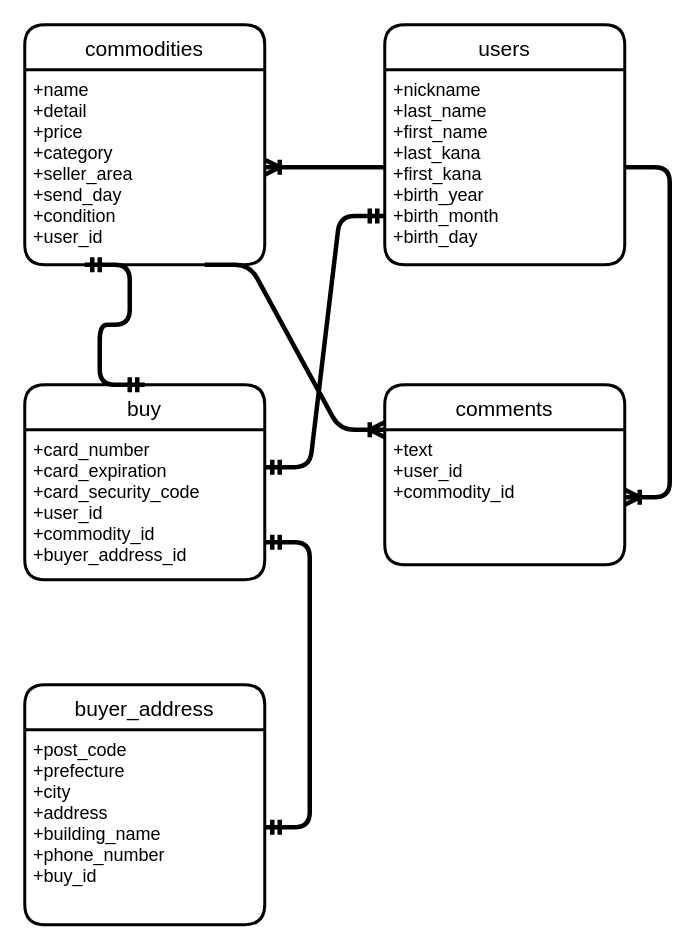
Earlier version of the draw.io diagram er_furima.dio (akitomato/furima-38266). Source tidied: cells renumbered, new cells numbered last; positions are measured from the earlier drawing's top-left corner, leaving out a move shared by most shapes. Both pictures are drawn from the tidied source at 150%, with x=0, y=0 at pixel (24, 24).
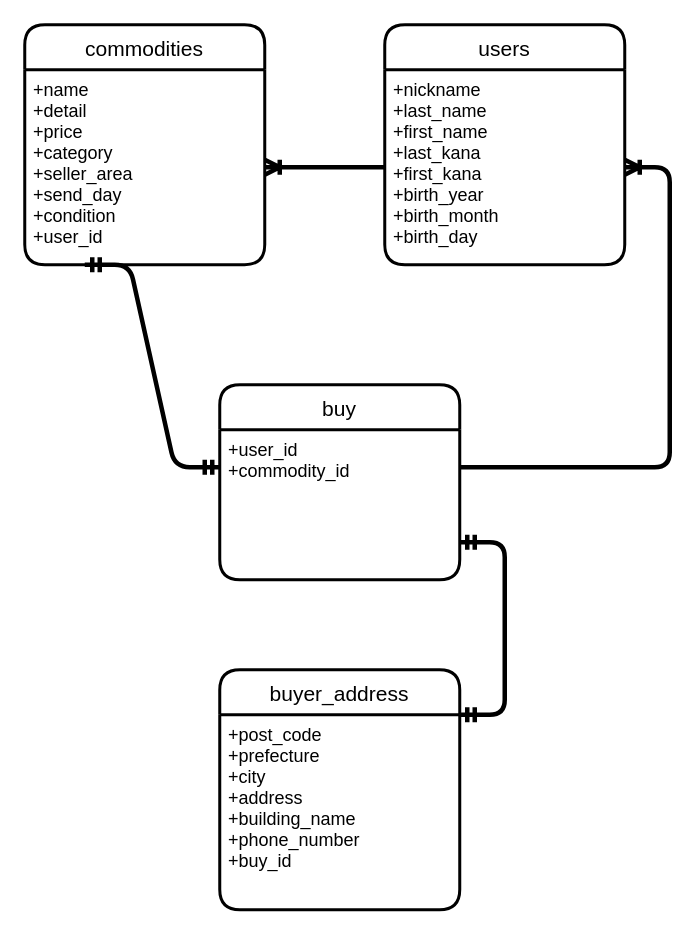
After the change.

Diff of the diagram source:
```diff
@@
 <mxGraphModel>
   <root>
     <mxCell id="0" />
     <mxCell id="1" parent="0" />
     <mxCell id="2" value="buy" style="swimlane;horizontal=1;startSize=30;rounded=1;fontSize=14;fontStyle=0;strokeWidth=2;shadow=0;dashed=0;align=center;" parent="1" vertex="1">
-      <mxGeometry y="240" width="160" height="130" as="geometry" />
+      <mxGeometry x="130" y="240" width="160" height="130" as="geometry" />
     </mxCell>
-    <mxCell id="3" value="+card_number&#10;+card_expiration&#10;+card_security_code&#10;+user_id&#10;+commodity_id&#10;+buyer_address_id&#10;" style="align=left;strokeColor=none;fillColor=none;spacingLeft=4;fontSize=12;verticalAlign=top;" parent="2" vertex="1">
+    <mxCell id="3" value="+user_id&#10;+commodity_id" style="align=left;strokeColor=none;fillColor=none;spacingLeft=4;fontSize=12;verticalAlign=top;" parent="2" vertex="1">
       <mxGeometry y="30" width="160" height="100" as="geometry" />
     </mxCell>
-    <mxCell id="4" value="comments" style="swimlane;horizontal=1;startSize=30;rounded=1;fontSize=14;fontStyle=0;strokeWidth=2;shadow=0;dashed=0;align=center;" parent="1" vertex="1">
-      <mxGeometry x="240" y="240" width="160" height="120" as="geometry" />
-    </mxCell>
-    <mxCell id="5" value="+text&#10;+user_id&#10;+commodity_id" style="align=left;strokeColor=none;fillColor=none;spacingLeft=4;fontSize=12;verticalAlign=top;" parent="4" vertex="1">
-      <mxGeometry y="30" width="160" height="90" as="geometry" />
-    </mxCell>
     <mxCell id="6" value="commodities" style="swimlane;horizontal=1;startSize=30;rounded=1;fontSize=14;fontStyle=0;strokeWidth=2;shadow=0;dashed=0;align=center;" parent="1" vertex="1">
       <mxGeometry width="160" height="160" as="geometry" />
     </mxCell>
     <mxCell id="7" value="+name&#10;+detail&#10;+price&#10;+category&#10;+seller_area&#10;+send_day&#10;+condition&#10;+user_id&#10;" style="align=left;strokeColor=none;fillColor=none;spacingLeft=4;fontSize=12;verticalAlign=top;" parent="6" vertex="1">
       <mxGeometry y="30" width="160" height="130" as="geometry" />
     </mxCell>
     <mxCell id="8" value="users" style="swimlane;horizontal=1;startSize=30;rounded=1;fontSize=14;fontStyle=0;strokeWidth=2;shadow=0;dashed=0;align=center;" parent="1" vertex="1">
       <mxGeometry x="240" width="160" height="160" as="geometry" />
     </mxCell>
     <mxCell id="9" value="+nickname&#10;+last_name&#10;+first_name&#10;+last_kana&#10;+first_kana&#10;+birth_year&#10;+birth_month&#10;+birth_day" style="align=left;strokeColor=none;fillColor=none;spacingLeft=4;fontSize=12;verticalAlign=top;" parent="8" vertex="1">
       <mxGeometry y="30" width="160" height="130" as="geometry" />
     </mxCell>
     <mxCell id="10" value="buyer_address" style="swimlane;horizontal=1;startSize=30;rounded=1;fontSize=14;fontStyle=0;strokeWidth=2;shadow=0;dashed=0;align=center;" parent="1" vertex="1">
-      <mxGeometry y="440" width="160" height="160" as="geometry" />
+      <mxGeometry x="130" y="430" width="160" height="160" as="geometry" />
     </mxCell>
     <mxCell id="11" value="+post_code&#10;+prefecture&#10;+city&#10;+address&#10;+building_name&#10;+phone_number&#10;+buy_id" style="align=left;strokeColor=none;fillColor=none;spacingLeft=4;fontSize=12;verticalAlign=top;" parent="10" vertex="1">
       <mxGeometry y="30" width="160" height="130" as="geometry" />
     </mxCell>
-    <mxCell id="12" style="edgeStyle=entityRelationEdgeStyle;fontSize=20;html=1;endArrow=ERoneToMany;entryX=1;entryY=0.5;entryDx=0;entryDy=0;strokeWidth=3;exitX=1;exitY=0.5;exitDx=0;exitDy=0;" parent="1" edge="1" source="9" target="5">
-      <mxGeometry relative="1" as="geometry" />
-    </mxCell>
     <mxCell id="13" style="edgeStyle=entityRelationEdgeStyle;fontSize=12;html=1;endArrow=ERoneToMany;strokeWidth=3;exitX=0;exitY=0.5;exitDx=0;exitDy=0;" parent="1" edge="1" source="9" target="7">
       <mxGeometry relative="1" as="geometry" />
     </mxCell>
-    <mxCell id="14" style="edgeStyle=entityRelationEdgeStyle;fontSize=12;html=1;endArrow=ERmandOne;startArrow=ERmandOne;strokeWidth=3;entryX=1;entryY=0.75;entryDx=0;entryDy=0;exitX=1;exitY=0.5;exitDx=0;exitDy=0;" parent="1" edge="1" source="11" target="3">
+    <mxCell id="14" style="edgeStyle=entityRelationEdgeStyle;fontSize=12;html=1;endArrow=ERmandOne;startArrow=ERmandOne;strokeWidth=3;entryX=1;entryY=0.75;entryDx=0;entryDy=0;exitX=1;exitY=0;exitDx=0;exitDy=0;" parent="1" edge="1" source="11" target="3">
       <mxGeometry relative="1" as="geometry" />
     </mxCell>
-    <mxCell id="15" style="edgeStyle=entityRelationEdgeStyle;fontSize=12;html=1;endArrow=ERmandOne;startArrow=ERmandOne;strokeWidth=3;exitX=0.25;exitY=1;exitDx=0;exitDy=0;entryX=0.5;entryY=0;entryDx=0;entryDy=0;" parent="1" edge="1" source="7" target="2">
+    <mxCell id="15" style="edgeStyle=entityRelationEdgeStyle;fontSize=12;html=1;endArrow=ERmandOne;startArrow=ERmandOne;strokeWidth=3;exitX=0.25;exitY=1;exitDx=0;exitDy=0;entryX=0;entryY=0.25;entryDx=0;entryDy=0;" parent="1" edge="1" source="7" target="3">
       <mxGeometry relative="1" as="geometry" />
     </mxCell>
-    <mxCell id="16" style="edgeStyle=entityRelationEdgeStyle;fontSize=12;html=1;endArrow=ERoneToMany;strokeWidth=3;exitX=0.75;exitY=1;exitDx=0;exitDy=0;entryX=0;entryY=0.25;entryDx=0;entryDy=0;" parent="1" edge="1" source="7" target="4">
-      <mxGeometry relative="1" as="geometry" />
-    </mxCell>
-    <mxCell id="17" style="edgeStyle=none;html=1;fontSize=20;strokeWidth=3;" parent="1" edge="1" source="5">
+    <mxCell id="17" style="edgeStyle=none;html=1;fontSize=20;strokeWidth=3;" parent="1" edge="1">
       <mxGeometry relative="1" as="geometry">
+        <mxPoint x="400" y="315" as="sourcePoint" />
         <mxPoint x="400" y="315" as="targetPoint" />
       </mxGeometry>
     </mxCell>
-    <mxCell id="18" style="edgeStyle=entityRelationEdgeStyle;fontSize=12;html=1;endArrow=ERmandOne;startArrow=ERmandOne;exitX=1;exitY=0.25;exitDx=0;exitDy=0;strokeWidth=3;entryX=0;entryY=0.75;entryDx=0;entryDy=0;" parent="1" edge="1" source="3" target="9">
-      <mxGeometry relative="1" as="geometry" />
+    <mxCell id="18" style="edgeStyle=entityRelationEdgeStyle;fontSize=12;html=1;endArrow=ERoneToMany;strokeWidth=3;exitX=1;exitY=0.25;exitDx=0;exitDy=0;" parent="1" edge="1" source="3" target="9">
+      <mxGeometry relative="1" as="geometry">
+        <Array as="points">
+          <mxPoint x="440" y="300" />
+        </Array>
+      </mxGeometry>
     </mxCell>
   </root>
 </mxGraphModel>
```
